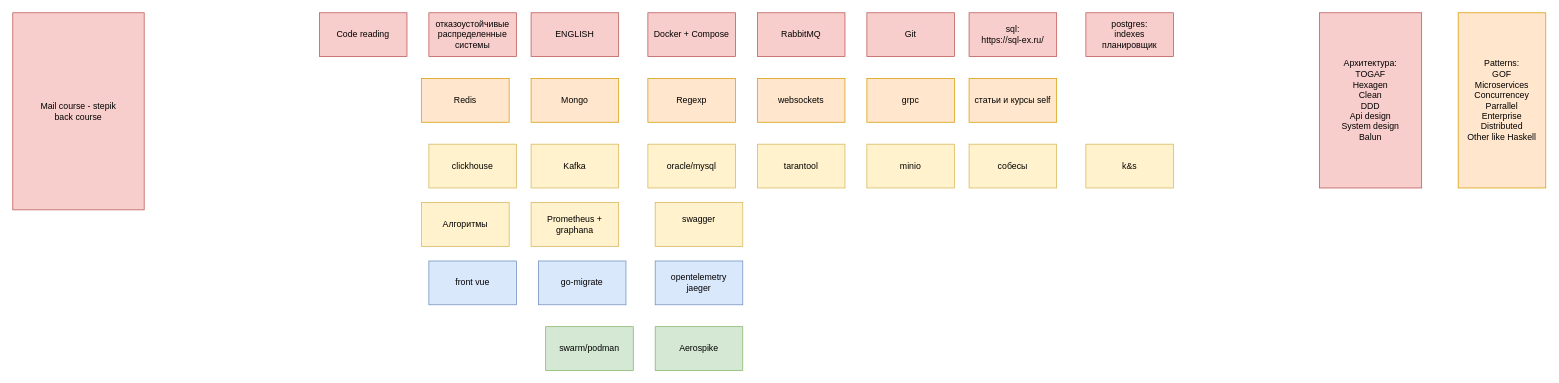
Before: skills.drawio in gistGitUser/skills_list, a draw.io diagram. Source tidied: cells renumbered, new cells numbered last; positions are measured from the earlier drawing's top-left corner, leaving out a move shared by most shapes. Both pictures are drawn from the tidied source at 73%, with x=0, y=0 at pixel (12, 12).
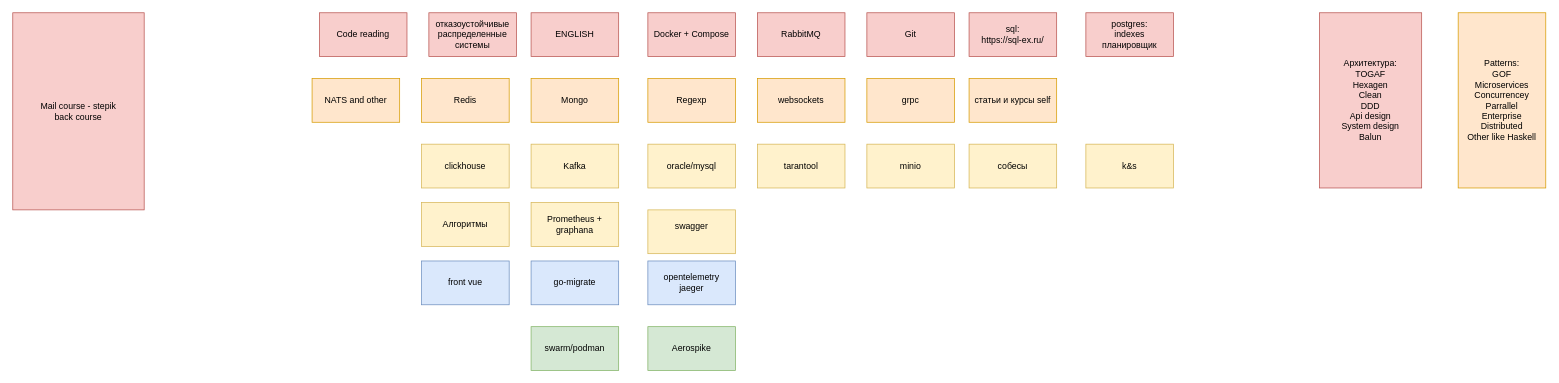
The same diagram, later.

Diff of the diagram source:
```diff
@@
     <mxCell id="3" value="Aerospike" style="rounded=0;whiteSpace=wrap;html=1;fillColor=#d5e8d4;strokeColor=#82b366;" parent="1" vertex="1">
-      <mxGeometry x="880" y="430" width="120" height="60" as="geometry" />
+      <mxGeometry x="870" y="430" width="120" height="60" as="geometry" />
     </mxCell>
@@
     <mxCell id="8" value="swarm/podman" style="rounded=0;whiteSpace=wrap;html=1;fillColor=#d5e8d4;strokeColor=#82b366;" parent="1" vertex="1">
-      <mxGeometry x="730" y="430" width="120" height="60" as="geometry" />
+      <mxGeometry x="710" y="430" width="120" height="60" as="geometry" />
     </mxCell>
@@
     <mxCell id="12" value="opentelemetry&lt;br&gt;jaeger" style="rounded=0;whiteSpace=wrap;html=1;fillColor=#dae8fc;strokeColor=#6c8ebf;" parent="1" vertex="1">
-      <mxGeometry x="880" y="340" width="120" height="60" as="geometry" />
+      <mxGeometry x="870" y="340" width="120" height="60" as="geometry" />
     </mxCell>
@@
     <mxCell id="18" value="go-migrate" style="rounded=0;whiteSpace=wrap;html=1;fillColor=#dae8fc;strokeColor=#6c8ebf;" parent="1" vertex="1">
-      <mxGeometry x="720" y="340" width="120" height="60" as="geometry" />
+      <mxGeometry x="710" y="340" width="120" height="60" as="geometry" />
     </mxCell>
@@
     <mxCell id="21" value="front vue" style="rounded=0;whiteSpace=wrap;html=1;fillColor=#dae8fc;strokeColor=#6c8ebf;" parent="1" vertex="1">
-      <mxGeometry x="570" y="340" width="120" height="60" as="geometry" />
+      <mxGeometry x="560" y="340" width="120" height="60" as="geometry" />
     </mxCell>
@@
     <mxCell id="30" value="clickhouse" style="rounded=0;whiteSpace=wrap;html=1;fillColor=#fff2cc;strokeColor=#d6b656;" parent="1" vertex="1">
-      <mxGeometry x="570" y="180" width="120" height="60" as="geometry" />
+      <mxGeometry x="560" y="180" width="120" height="60" as="geometry" />
     </mxCell>
@@
     <mxCell id="33" value="swagger&lt;div&gt;&lt;br&gt;&lt;/div&gt;" style="rounded=0;whiteSpace=wrap;html=1;fillColor=#fff2cc;strokeColor=#d6b656;" parent="1" vertex="1">
-      <mxGeometry x="880" y="260" width="120" height="60" as="geometry" />
+      <mxGeometry x="870" y="270" width="120" height="60" as="geometry" />
     </mxCell>
+    <mxCell id="34" value="NATS and other" style="rounded=0;whiteSpace=wrap;html=1;fillColor=#ffe6cc;strokeColor=#d79b00;" parent="1" vertex="1">
+      <mxGeometry x="410" y="90" width="120" height="60" as="geometry" />
+    </mxCell>
+    <mxCell id="35" style="edgeStyle=orthogonalEdgeStyle;rounded=0;orthogonalLoop=1;jettySize=auto;html=1;exitX=0.5;exitY=1;exitDx=0;exitDy=0;" parent="1" edge="1" source="18" target="18">
+      <mxGeometry relative="1" as="geometry" />
+    </mxCell>
```
